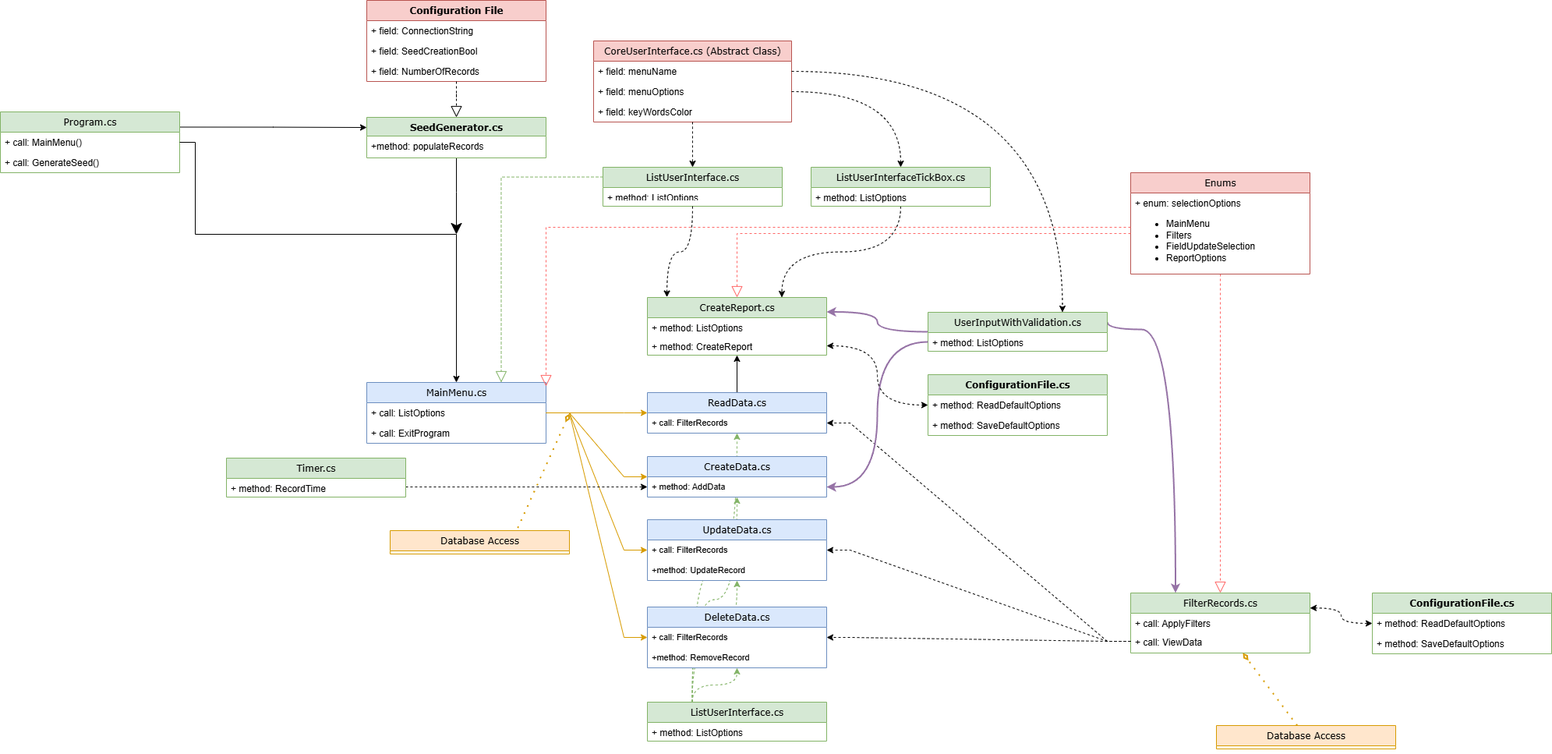
Before: Console.CodingTracker/Diagrams/Classes.drawio.png, a diagram exported from draw.io (Wolfieeex/CodeReviews.Console.CodingTracker). Source tidied: cells renumbered, new cells last; positions are measured from the earlier drawing's top-left corner, leaving out a move shared by most shapes.
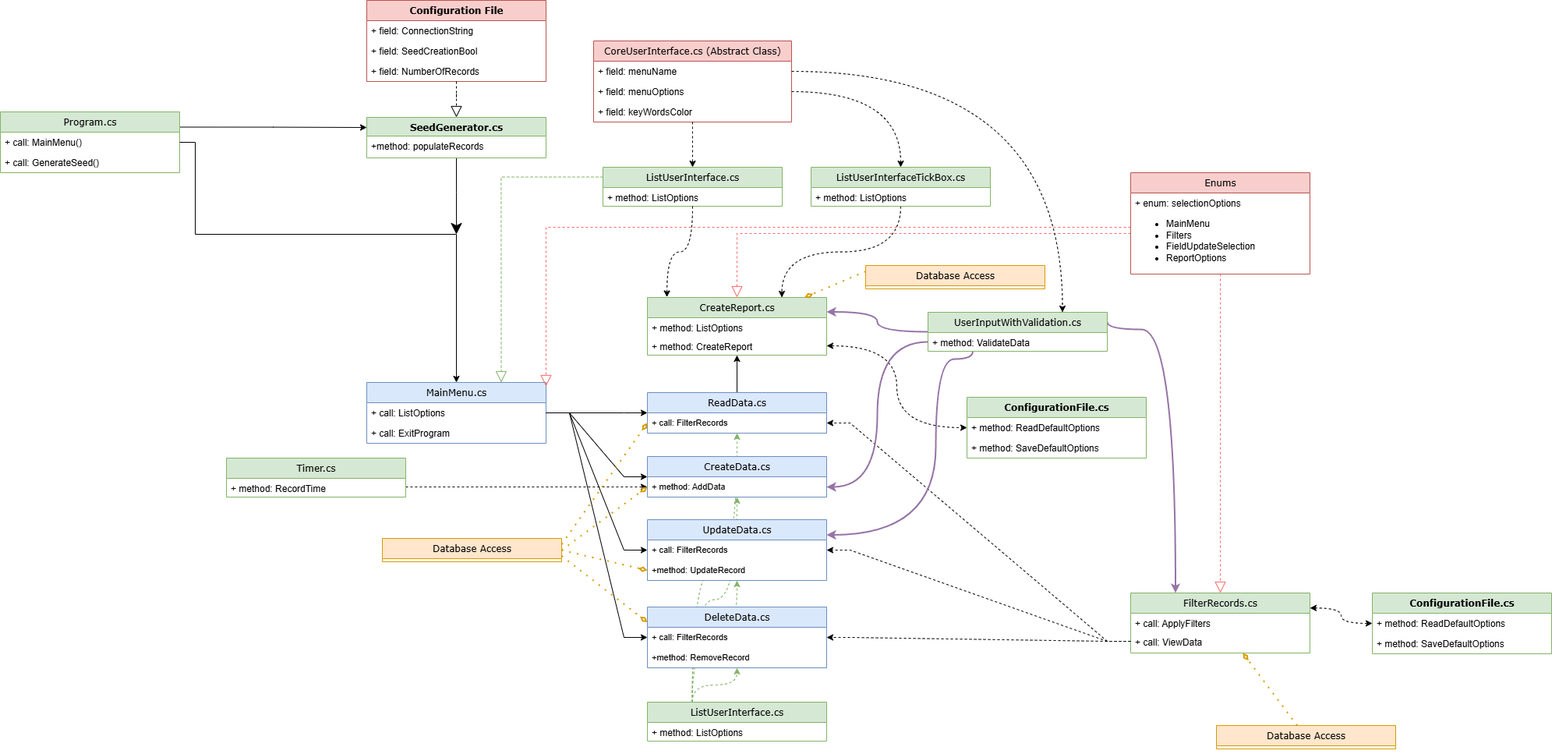
Above is the later version.

Change to the diagram source:
```diff
@@ -38,7 +38,7 @@
     <mxCell id="13" value="+ field: NumberOfRecords" style="text;html=1;strokeColor=none;fillColor=none;align=left;verticalAlign=top;spacingLeft=4;spacingRight=4;whiteSpace=wrap;overflow=hidden;" parent="10" vertex="1">
       <mxGeometry y="78" width="230" height="26" as="geometry" />
     </mxCell>
-    <mxCell id="14" style="edgeStyle=entityRelationEdgeStyle;shape=connector;rounded=0;jumpStyle=none;jettySize=auto;html=1;entryX=0;entryY=0.5;entryDx=0;entryDy=0;strokeColor=#d79b00;align=center;verticalAlign=middle;fontFamily=Helvetica;fontSize=11;fontColor=default;labelBackgroundColor=default;endArrow=classic;flowAnimation=0;exitX=1;exitY=0.5;exitDx=0;exitDy=0;fillColor=#ffe6cc;" parent="1" edge="1" source="16" target="29">
+    <mxCell id="14" style="edgeStyle=entityRelationEdgeStyle;shape=connector;rounded=0;jumpStyle=none;jettySize=auto;html=1;entryX=0;entryY=0.5;entryDx=0;entryDy=0;align=center;verticalAlign=middle;fontFamily=Helvetica;fontSize=11;fontColor=default;labelBackgroundColor=default;endArrow=classic;flowAnimation=0;exitX=1;exitY=0.5;exitDx=0;exitDy=0;" parent="1" edge="1" source="16" target="29">
       <mxGeometry relative="1" as="geometry">
         <Array as="points">
           <mxPoint x="780" y="540" />
@@ -82,7 +82,7 @@
       <mxGeometry x="773" y="214" width="230" height="50" as="geometry" />
     </mxCell>
     <mxCell id="27" value="+ method: ListOptions" style="text;html=1;strokeColor=none;fillColor=none;align=left;verticalAlign=top;spacingLeft=4;spacingRight=4;whiteSpace=wrap;overflow=hidden;" parent="26" vertex="1">
-      <mxGeometry y="26" width="230" height="14" as="geometry" />
+      <mxGeometry y="26" width="230" height="24" as="geometry" />
     </mxCell>
     <mxCell id="28" style="edgeStyle=orthogonalEdgeStyle;shape=connector;curved=0;rounded=0;jumpStyle=none;jettySize=auto;html=1;exitX=0.5;exitY=0;exitDx=0;exitDy=0;strokeColor=default;align=center;verticalAlign=middle;fontFamily=Helvetica;fontSize=11;fontColor=default;labelBackgroundColor=default;endArrow=classic;flowAnimation=0;" parent="1" edge="1" source="29" target="40">
       <mxGeometry relative="1" as="geometry" />
@@ -165,13 +165,13 @@
     <mxCell id="50" value="+method: RemoveRecord" style="text;strokeColor=none;fillColor=none;align=left;verticalAlign=top;spacingLeft=4;spacingRight=4;overflow=hidden;whiteSpace=wrap;html=1;fontFamily=Helvetica;fontSize=11;fontColor=default;labelBackgroundColor=default;" parent="48" vertex="1">
       <mxGeometry y="52" width="230" height="26" as="geometry" />
     </mxCell>
-    <mxCell id="51" style="edgeStyle=entityRelationEdgeStyle;shape=connector;rounded=0;jumpStyle=none;jettySize=auto;html=1;exitX=1;exitY=0.5;exitDx=0;exitDy=0;entryX=0;entryY=0.5;entryDx=0;entryDy=0;strokeColor=#d79b00;align=center;verticalAlign=middle;fontFamily=Helvetica;fontSize=11;fontColor=default;labelBackgroundColor=default;endArrow=classic;flowAnimation=0;fillColor=#ffe6cc;" parent="1" edge="1" source="16" target="43">
+    <mxCell id="51" style="edgeStyle=entityRelationEdgeStyle;shape=connector;rounded=0;jumpStyle=none;jettySize=auto;html=1;exitX=1;exitY=0.5;exitDx=0;exitDy=0;entryX=0;entryY=0.5;entryDx=0;entryDy=0;align=center;verticalAlign=middle;fontFamily=Helvetica;fontSize=11;fontColor=default;labelBackgroundColor=default;endArrow=classic;flowAnimation=0;" parent="1" edge="1" source="16" target="43">
       <mxGeometry relative="1" as="geometry" />
     </mxCell>
-    <mxCell id="52" style="edgeStyle=entityRelationEdgeStyle;shape=connector;rounded=0;jumpStyle=none;jettySize=auto;html=1;exitX=1;exitY=0.5;exitDx=0;exitDy=0;entryX=0;entryY=0.5;entryDx=0;entryDy=0;strokeColor=#d79b00;align=center;verticalAlign=middle;fontFamily=Helvetica;fontSize=11;fontColor=default;labelBackgroundColor=default;endArrow=classic;flowAnimation=0;fillColor=#ffe6cc;" parent="1" edge="1" source="16" target="45">
+    <mxCell id="52" style="edgeStyle=entityRelationEdgeStyle;shape=connector;rounded=0;jumpStyle=none;jettySize=auto;html=1;exitX=1;exitY=0.5;exitDx=0;exitDy=0;entryX=0;entryY=0.5;entryDx=0;entryDy=0;align=center;verticalAlign=middle;fontFamily=Helvetica;fontSize=11;fontColor=default;labelBackgroundColor=default;endArrow=classic;flowAnimation=0;" parent="1" edge="1" source="16" target="45">
       <mxGeometry relative="1" as="geometry" />
     </mxCell>
-    <mxCell id="53" style="edgeStyle=entityRelationEdgeStyle;shape=connector;rounded=0;jumpStyle=none;jettySize=auto;html=1;exitX=1;exitY=0.5;exitDx=0;exitDy=0;entryX=0;entryY=0.5;entryDx=0;entryDy=0;strokeColor=#d79b00;align=center;verticalAlign=middle;fontFamily=Helvetica;fontSize=11;fontColor=default;labelBackgroundColor=default;endArrow=classic;flowAnimation=0;fillColor=#ffe6cc;" parent="1" edge="1" source="16" target="48">
+    <mxCell id="53" style="edgeStyle=entityRelationEdgeStyle;shape=connector;rounded=0;jumpStyle=none;jettySize=auto;html=1;exitX=1;exitY=0.5;exitDx=0;exitDy=0;entryX=0;entryY=0.5;entryDx=0;entryDy=0;align=center;verticalAlign=middle;fontFamily=Helvetica;fontSize=11;fontColor=default;labelBackgroundColor=default;endArrow=classic;flowAnimation=0;" parent="1" edge="1" source="16" target="48">
       <mxGeometry relative="1" as="geometry" />
     </mxCell>
     <mxCell id="54" style="edgeStyle=orthogonalEdgeStyle;shape=connector;rounded=0;jettySize=auto;html=1;exitX=0;exitY=0.5;exitDx=0;exitDy=0;dashed=1;strokeColor=#FF6666;align=center;verticalAlign=middle;fontFamily=Helvetica;fontSize=11;fontColor=default;labelBackgroundColor=default;endArrow=block;endFill=0;endSize=12;" parent="1" edge="1" source="24" target="40">
@@ -214,10 +214,18 @@
         </Array>
       </mxGeometry>
     </mxCell>
+    <mxCell id="87" style="edgeStyle=orthogonalEdgeStyle;shape=connector;curved=1;rounded=0;jumpStyle=none;jettySize=auto;html=1;exitX=0.25;exitY=1;exitDx=0;exitDy=0;entryX=1;entryY=0.25;entryDx=0;entryDy=0;strokeColor=#9673a6;strokeWidth=2;align=center;verticalAlign=middle;fontFamily=Verdana;fontSize=12;fontColor=default;fontStyle=0;labelBackgroundColor=none;endArrow=classic;flowAnimation=0;fillColor=#e1d5e7;" parent="1" edge="1" source="66" target="45">
+      <mxGeometry relative="1" as="geometry">
+        <Array as="points">
+          <mxPoint x="1200" y="460" />
+          <mxPoint x="1200" y="685" />
+        </Array>
+      </mxGeometry>
+    </mxCell>
     <mxCell id="66" value="UserInputWithValidation.cs" style="swimlane;html=1;fontStyle=0;align=center;verticalAlign=top;horizontal=1;startSize=26;swimlaneFillColor=#ffffff;rounded=0;shadow=0;comic=0;labelBackgroundColor=none;strokeWidth=1;fillColor=#d5e8d4;fontFamily=Verdana;fontSize=12;swimlaneLine=1;strokeColor=#82b366;" parent="1" vertex="1">
       <mxGeometry x="1190" y="400" width="230" height="50" as="geometry" />
     </mxCell>
-    <mxCell id="67" value="+ method: ListOptions" style="text;html=1;strokeColor=none;fillColor=none;align=left;verticalAlign=top;spacingLeft=4;spacingRight=4;whiteSpace=wrap;overflow=hidden;points=[[0,0.5],[1,0.5]];portConstraint=eastwest;" parent="66" vertex="1">
+    <mxCell id="67" value="+ method: ValidateData" style="text;html=1;strokeColor=none;fillColor=none;align=left;verticalAlign=top;spacingLeft=4;spacingRight=4;whiteSpace=wrap;overflow=hidden;points=[[0,0.5],[1,0.5]];portConstraint=eastwest;" parent="66" vertex="1">
       <mxGeometry y="26" width="230" height="24" as="geometry" />
     </mxCell>
     <mxCell id="68" style="edgeStyle=orthogonalEdgeStyle;shape=connector;curved=1;rounded=0;jumpStyle=none;jettySize=auto;html=1;exitX=1;exitY=0.5;exitDx=0;exitDy=0;entryX=0.75;entryY=0;entryDx=0;entryDy=0;dashed=1;strokeColor=default;align=center;verticalAlign=middle;fontFamily=Verdana;fontSize=12;fontColor=default;fontStyle=0;labelBackgroundColor=none;endArrow=classic;flowAnimation=0;" parent="1" edge="1" source="19" target="66">
@@ -239,7 +247,7 @@
       <mxGeometry y="52" width="230" height="26" as="geometry" />
     </mxCell>
     <mxCell id="74" value="ConfigurationFile.cs" style="swimlane;html=1;fontStyle=1;align=center;verticalAlign=top;horizontal=1;startSize=26;swimlaneFillColor=#ffffff;rounded=0;shadow=0;comic=0;labelBackgroundColor=none;strokeWidth=1;fillColor=#d5e8d4;fontFamily=Verdana;fontSize=12;swimlaneLine=1;strokeColor=#82b366;" parent="1" vertex="1">
-      <mxGeometry x="1190" y="480" width="230" height="78" as="geometry" />
+      <mxGeometry x="1240" y="509" width="230" height="78" as="geometry" />
     </mxCell>
     <mxCell id="75" value="+ method: ReadDefaultOptions" style="text;html=1;strokeColor=none;fillColor=none;align=left;verticalAlign=top;spacingLeft=4;spacingRight=4;whiteSpace=wrap;overflow=hidden;points=[[0,0.5],[1,0.5]];portConstraint=eastwest;" parent="74" vertex="1">
       <mxGeometry y="26" width="230" height="26" as="geometry" />
@@ -275,13 +283,26 @@
     <mxCell id="84" value="Database Access&lt;div&gt;&lt;br&gt;&lt;/div&gt;" style="swimlane;html=1;fontStyle=0;align=center;verticalAlign=top;horizontal=1;startSize=26;swimlaneFillColor=#ffffff;rounded=0;shadow=0;comic=0;labelBackgroundColor=none;strokeWidth=1;fillColor=#ffe6cc;fontFamily=Verdana;fontSize=12;swimlaneLine=1;strokeColor=#d79b00;" parent="1" vertex="1">
       <mxGeometry x="1560" y="930" width="230" height="30" as="geometry" />
     </mxCell>
-    <mxCell id="85" style="edgeStyle=none;shape=connector;rounded=0;jumpStyle=none;jettySize=auto;html=1;dashed=1;dashPattern=1 4;strokeColor=#d79b00;strokeWidth=2;align=center;verticalAlign=middle;fontFamily=Verdana;fontSize=12;fontColor=default;fontStyle=0;labelBackgroundColor=none;endArrow=diamondThin;endFill=0;flowAnimation=0;fillColor=#ffe6cc;exitX=0.694;exitY=0.19;exitDx=0;exitDy=0;exitPerimeter=0;" parent="1" edge="1" source="86">
-      <mxGeometry relative="1" as="geometry">
-        <mxPoint x="730" y="530" as="targetPoint" />
-      </mxGeometry>
-    </mxCell>
+    <mxCell id="88" style="edgeStyle=none;shape=connector;rounded=0;jumpStyle=none;jettySize=auto;html=1;exitX=0;exitY=0.25;exitDx=0;exitDy=0;dashed=1;dashPattern=1 4;strokeColor=#d79b00;strokeWidth=2;align=center;verticalAlign=middle;fontFamily=Verdana;fontSize=12;fontColor=default;fontStyle=0;labelBackgroundColor=none;endArrow=diamondThin;endFill=0;flowAnimation=0;fillColor=#ffe6cc;" parent="1" edge="1" source="86" target="40">
+      <mxGeometry relative="1" as="geometry" />
+    </mxCell>
     <mxCell id="86" value="Database Access&lt;div&gt;&lt;br&gt;&lt;/div&gt;" style="swimlane;html=1;fontStyle=0;align=center;verticalAlign=top;horizontal=1;startSize=26;swimlaneFillColor=#ffffff;rounded=0;shadow=0;comic=0;labelBackgroundColor=none;strokeWidth=1;fillColor=#ffe6cc;fontFamily=Verdana;fontSize=12;swimlaneLine=1;strokeColor=#d79b00;" parent="1" vertex="1">
-      <mxGeometry x="500" y="680" width="230" height="30" as="geometry" />
+      <mxGeometry x="1110" y="340" width="230" height="30" as="geometry" />
     </mxCell>
+    <mxCell id="89" style="edgeStyle=none;shape=connector;rounded=0;jumpStyle=none;jettySize=auto;html=1;exitX=1;exitY=0.25;exitDx=0;exitDy=0;entryX=0;entryY=0.5;entryDx=0;entryDy=0;dashed=1;dashPattern=1 4;strokeColor=#d79b00;strokeWidth=2;align=center;verticalAlign=middle;fontFamily=Verdana;fontSize=12;fontColor=default;fontStyle=0;labelBackgroundColor=none;endArrow=diamondThin;endFill=0;flowAnimation=0;fillColor=#ffe6cc;" parent="1" edge="1" source="93" target="30">
+      <mxGeometry relative="1" as="geometry" />
+    </mxCell>
+    <mxCell id="90" style="edgeStyle=none;shape=connector;rounded=0;jumpStyle=none;jettySize=auto;html=1;exitX=1;exitY=0.5;exitDx=0;exitDy=0;entryX=0;entryY=0.5;entryDx=0;entryDy=0;dashed=1;dashPattern=1 4;strokeColor=#d79b00;strokeWidth=2;align=center;verticalAlign=middle;fontFamily=Verdana;fontSize=12;fontColor=default;fontStyle=0;labelBackgroundColor=none;endArrow=diamondThin;endFill=0;flowAnimation=0;fillColor=#ffe6cc;" parent="1" edge="1" source="93" target="44">
+      <mxGeometry relative="1" as="geometry" />
+    </mxCell>
+    <mxCell id="91" style="edgeStyle=none;shape=connector;rounded=0;jumpStyle=none;jettySize=auto;html=1;exitX=1;exitY=0.5;exitDx=0;exitDy=0;entryX=0;entryY=0.5;entryDx=0;entryDy=0;dashed=1;dashPattern=1 4;strokeColor=#d79b00;strokeWidth=2;align=center;verticalAlign=middle;fontFamily=Verdana;fontSize=12;fontColor=default;fontStyle=0;labelBackgroundColor=none;endArrow=diamondThin;endFill=0;flowAnimation=0;fillColor=#ffe6cc;" parent="1" edge="1" source="93" target="47">
+      <mxGeometry relative="1" as="geometry" />
+    </mxCell>
+    <mxCell id="92" style="edgeStyle=none;shape=connector;rounded=0;jumpStyle=none;jettySize=auto;html=1;exitX=1;exitY=0.75;exitDx=0;exitDy=0;entryX=0;entryY=0.25;entryDx=0;entryDy=0;dashed=1;dashPattern=1 4;strokeColor=#d79b00;strokeWidth=2;align=center;verticalAlign=middle;fontFamily=Verdana;fontSize=12;fontColor=default;fontStyle=0;labelBackgroundColor=none;endArrow=diamondThin;endFill=0;flowAnimation=0;fillColor=#ffe6cc;" parent="1" edge="1" source="93" target="48">
+      <mxGeometry relative="1" as="geometry" />
+    </mxCell>
+    <mxCell id="93" value="Database Access&lt;div&gt;&lt;br&gt;&lt;/div&gt;" style="swimlane;html=1;fontStyle=0;align=center;verticalAlign=top;horizontal=1;startSize=26;swimlaneFillColor=#ffffff;rounded=0;shadow=0;comic=0;labelBackgroundColor=none;strokeWidth=1;fillColor=#ffe6cc;fontFamily=Verdana;fontSize=12;swimlaneLine=1;strokeColor=#d79b00;" parent="1" vertex="1">
+      <mxGeometry x="490" y="690" width="230" height="30" as="geometry" />
+    </mxCell>
   </root>
 </mxGraphModel>
```
